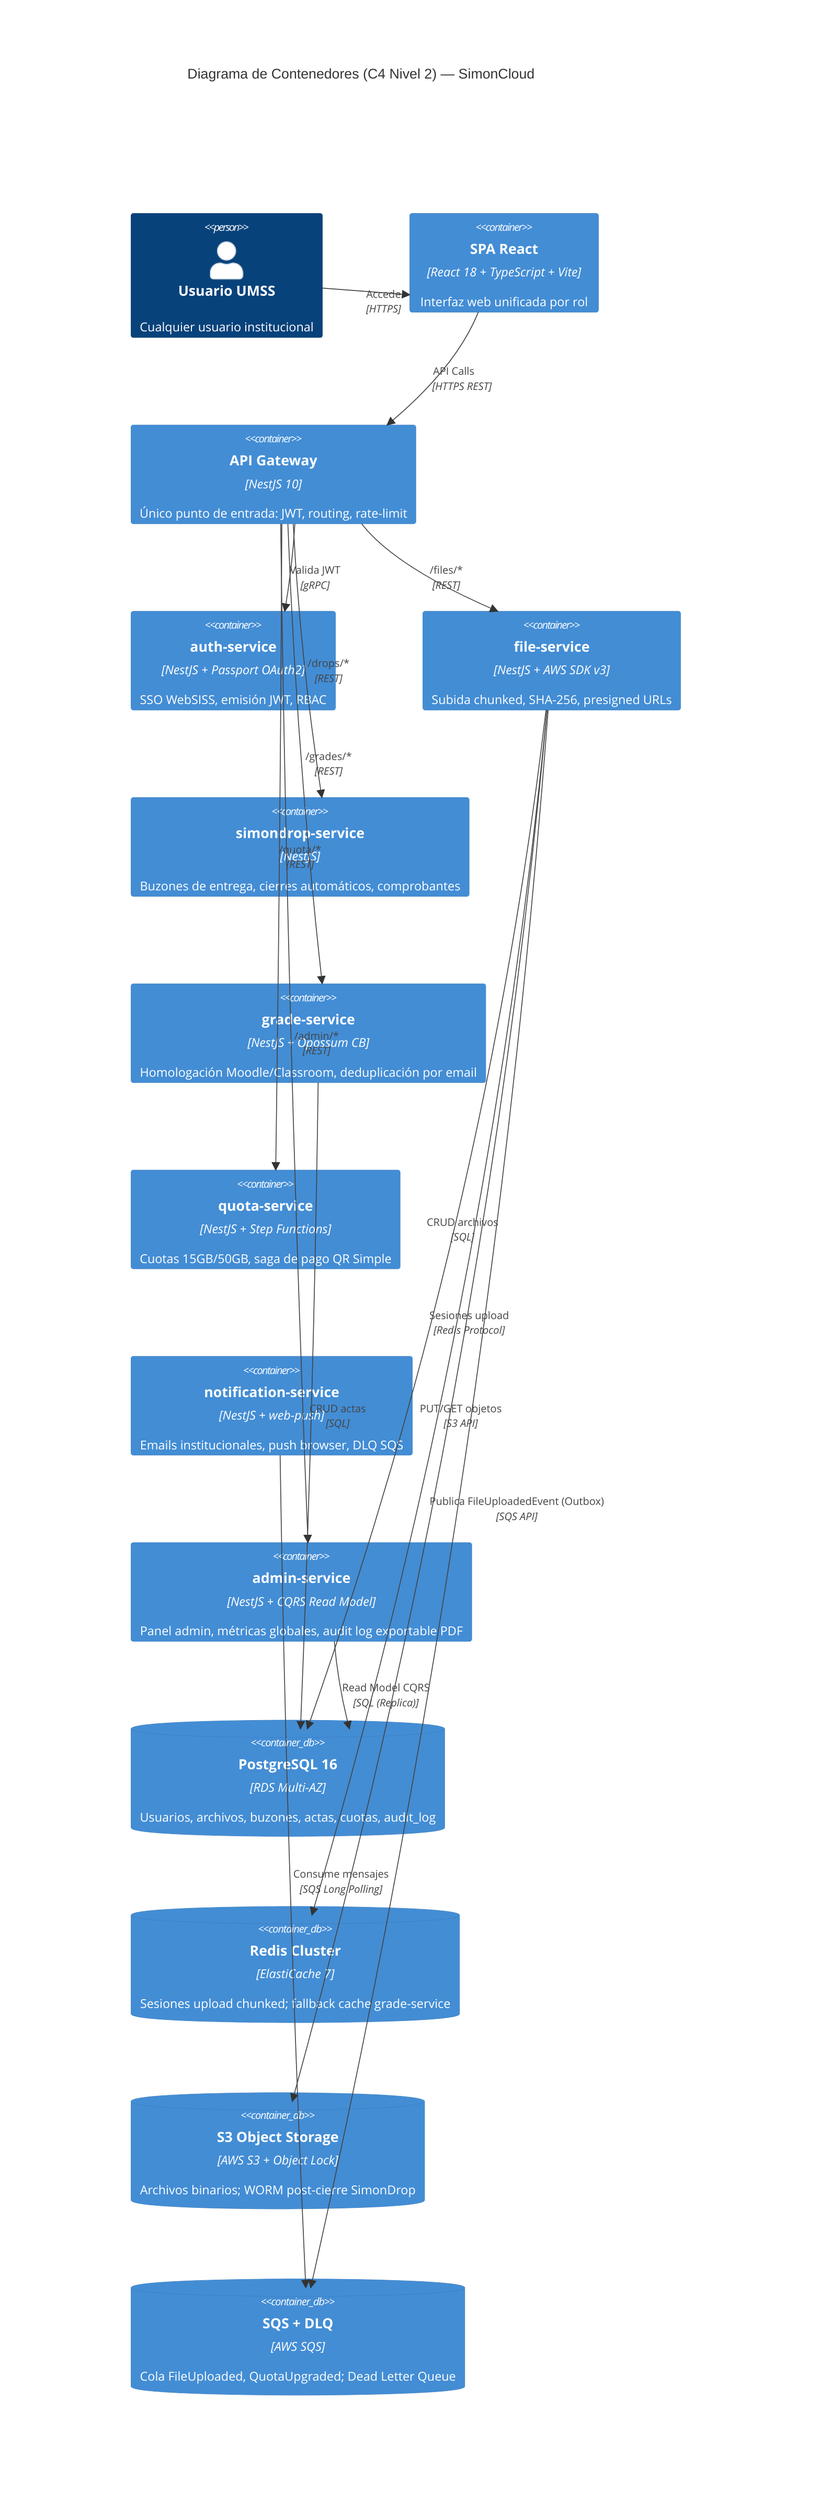
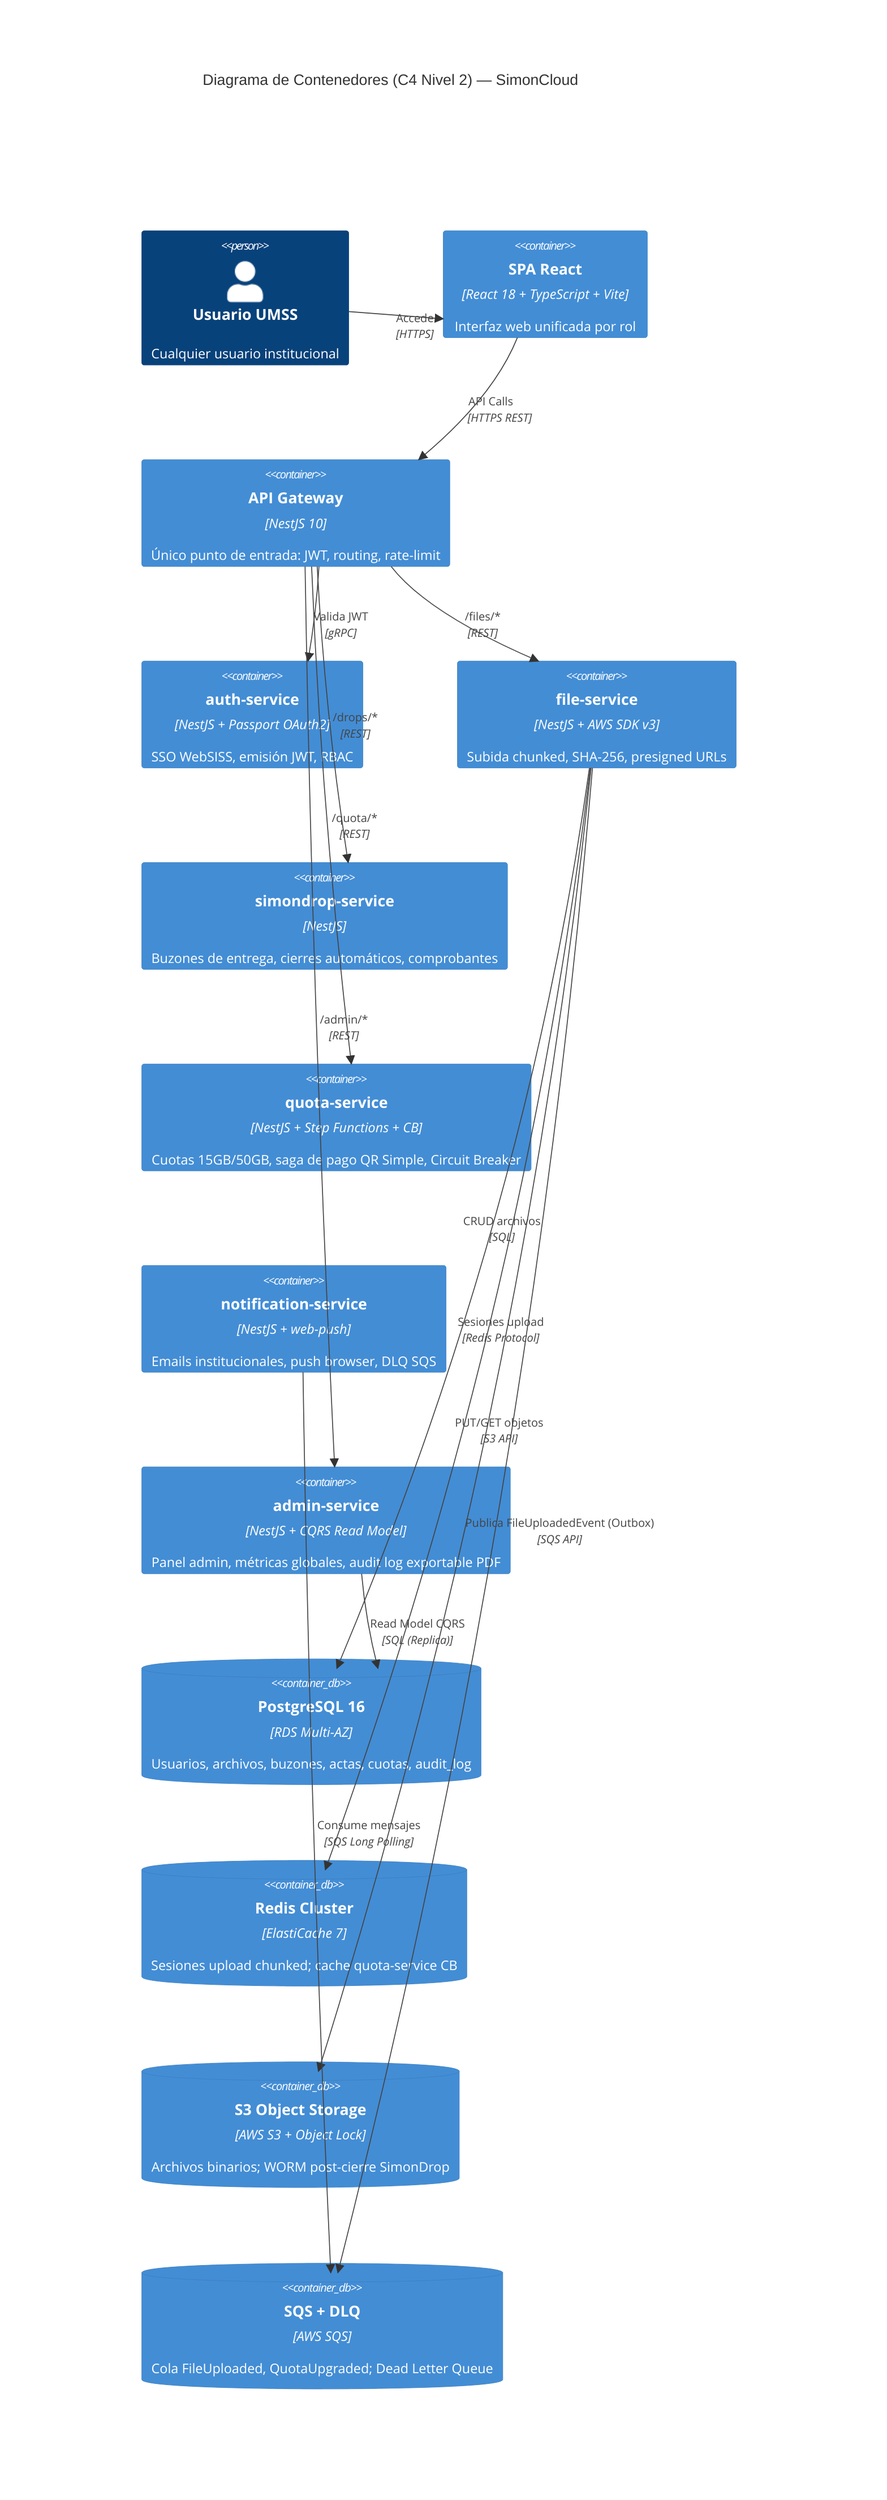
---
title: "C4 Nivel 2 — Contenedores SimonCloud"
---
C4Container
title Diagrama de Contenedores (C4 Nivel 2) — SimonCloud

Person(usuario, "Usuario UMSS", "Cualquier usuario institucional")

Container(spa, "SPA React", "React 18 + TypeScript + Vite", "Interfaz web unificada por rol")
Container(gateway, "API Gateway", "NestJS 10", "Único punto de entrada: JWT, routing, rate-limit")
Container(auth, "auth-service", "NestJS + Passport OAuth2", "SSO WebSISS, emisión JWT, RBAC")
Container(files, "file-service", "NestJS + AWS SDK v3", "Subida chunked, SHA-256, presigned URLs")
Container(drops, "simondrop-service", "NestJS", "Buzones de entrega, cierres automáticos, comprobantes")
- Container(grades, "grade-service", "NestJS + Opossum CB", "Homologación Moodle/Classroom, deduplicación por email")
- Container(quota, "quota-service", "NestJS + Step Functions", "Cuotas 15GB/50GB, saga de pago QR Simple")
+ Container(quota, "quota-service", "NestJS + Step Functions + CB", "Cuotas 15GB/50GB, saga de pago QR Simple, Circuit Breaker")
Container(notif, "notification-service", "NestJS + web-push", "Emails institucionales, push browser, DLQ SQS")
Container(admin_svc, "admin-service", "NestJS + CQRS Read Model", "Panel admin, métricas globales, audit log exportable PDF")

ContainerDb(pg, "PostgreSQL 16", "RDS Multi-AZ", "Usuarios, archivos, buzones, actas, cuotas, audit_log")
- ContainerDb(redis, "Redis Cluster", "ElastiCache 7", "Sesiones upload chunked; fallback cache grade-service")
+ ContainerDb(redis, "Redis Cluster", "ElastiCache 7", "Sesiones upload chunked; cache quota-service CB")
ContainerDb(s3_obj, "S3 Object Storage", "AWS S3 + Object Lock", "Archivos binarios; WORM post-cierre SimonDrop")
ContainerDb(sqs_q, "SQS + DLQ", "AWS SQS", "Cola FileUploaded, QuotaUpgraded; Dead Letter Queue")

Rel(usuario, spa, "Accede", "HTTPS")
Rel(spa, gateway, "API Calls", "HTTPS REST")
Rel(gateway, auth, "Valida JWT", "gRPC")
Rel(gateway, files, "/files/*", "REST")
Rel(gateway, drops, "/drops/*", "REST")
- Rel(gateway, grades, "/grades/*", "REST")
Rel(gateway, quota, "/quota/*", "REST")
Rel(gateway, admin_svc, "/admin/*", "REST")
Rel(files, pg, "CRUD archivos", "SQL")
Rel(files, redis, "Sesiones upload", "Redis Protocol")
Rel(files, s3_obj, "PUT/GET objetos", "S3 API")
Rel(files, sqs_q, "Publica FileUploadedEvent (Outbox)", "SQS API")
Rel(notif, sqs_q, "Consume mensajes", "SQS Long Polling")
- Rel(grades, pg, "CRUD actas", "SQL")
Rel(admin_svc, pg, "Read Model CQRS", "SQL (Replica)")
